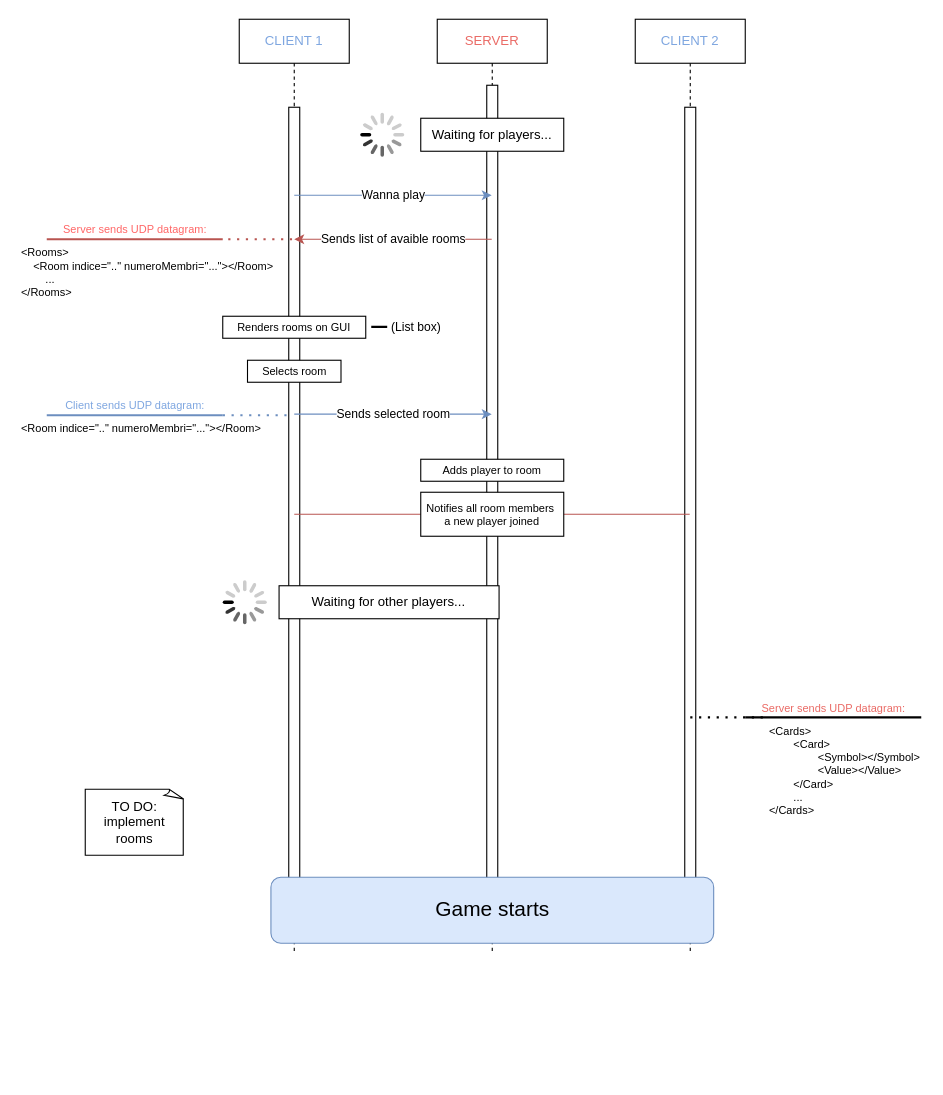
Earlier version of the draw.io diagram docs/Sequence_diagram_v2.0.drawio (YasserKhaloufi/PROGETTO_BRISCOLA). Source tidied: cells renumbered, new cells numbered last; positions are measured from the earlier drawing's top-left corner, leaving out a move shared by most shapes. Both pictures are drawn from the tidied source at 110%, with x=0, y=0 at pixel (46, 19).
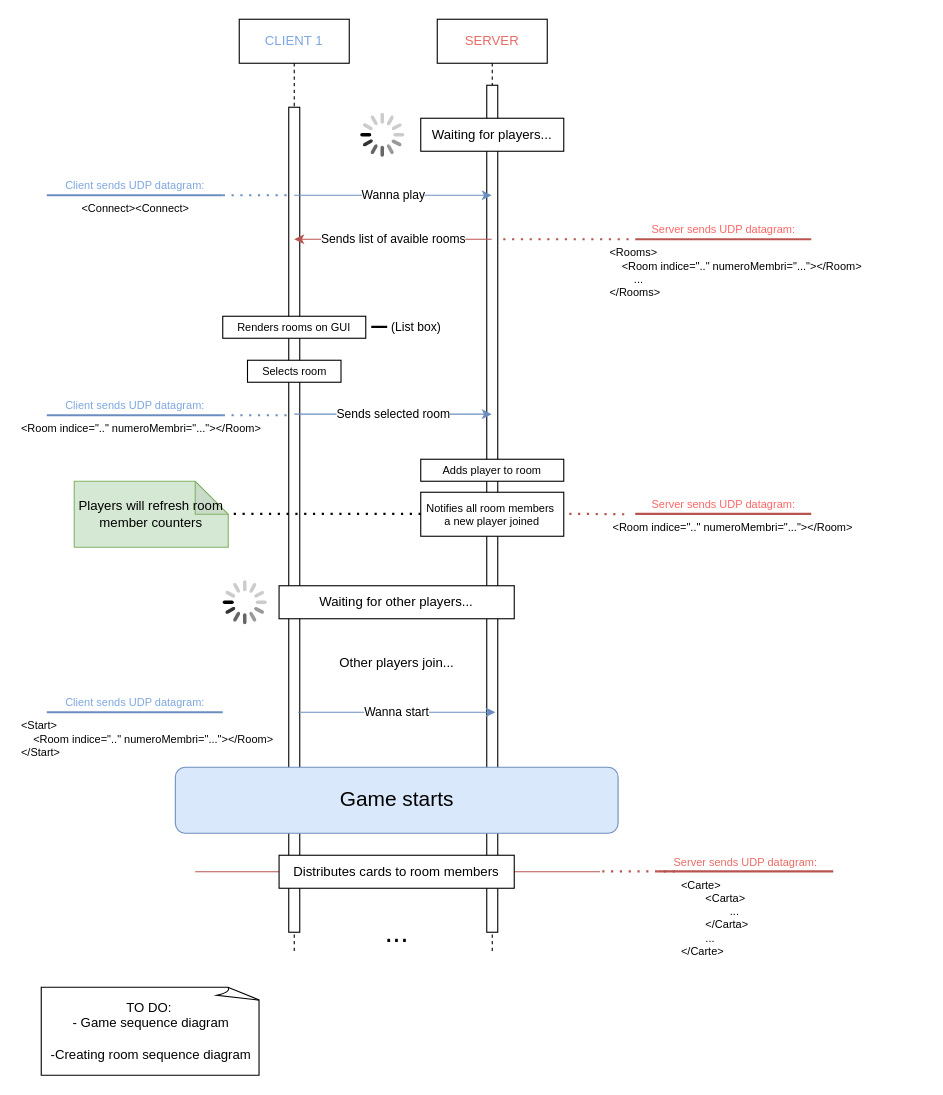
The same diagram, later.

Diff of the diagram source:
```diff
@@
-    <mxCell id="7" value="&lt;font color=&quot;#7ea6e0&quot;&gt;CLIENT 2&lt;/font&gt;" style="shape=umlLifeline;perimeter=lifelinePerimeter;whiteSpace=wrap;html=1;outlineConnect=0;portConstraint=eastwest;newEdgeStyle={&quot;edgeStyle&quot;:&quot;elbowEdgeStyle&quot;,&quot;elbow&quot;:&quot;vertical&quot;,&quot;curved&quot;:0,&quot;rounded&quot;:0};" parent="1" vertex="1">
-      <mxGeometry x="535" width="100" height="850" as="geometry" />
-    </mxCell>
-    <mxCell id="8" style="html=1;perimeter=orthogonalPerimeter;targetShapes=umlLifeline;newEdgeStyle={&quot;edgeStyle&quot;:&quot;elbowEdgeStyle&quot;,&quot;elbow&quot;:&quot;vertical&quot;,&quot;curved&quot;:0,&quot;rounded&quot;:0};" parent="7" vertex="1">
-      <mxGeometry x="45" y="80" width="10" height="750" as="geometry" />
-    </mxCell>
@@
     <mxCell id="10" value="&lt;font style=&quot;font-size: 19px;&quot;&gt;Game starts&lt;/font&gt;" style="rounded=1;whiteSpace=wrap;html=1;fillColor=#dae8fc;strokeColor=#6c8ebf;" parent="1" vertex="1">
-      <mxGeometry x="203.8" y="780" width="402.5" height="60" as="geometry" />
+      <mxGeometry x="116.9" y="680" width="402.5" height="60" as="geometry" />
     </mxCell>
     <mxCell id="11" value="&lt;font color=&quot;#ff6666&quot;&gt;Server sends UDP datagram:&lt;/font&gt;" style="verticalAlign=bottom;html=1;endArrow=none;edgeStyle=none;labelBackgroundColor=none;fontSize=10;strokeWidth=2;rounded=0;fillColor=#f8cecc;strokeColor=#b85450;" parent="1" edge="1">
       <mxGeometry relative="1" as="geometry">
-        <mxPoint y="200" as="sourcePoint" />
-        <mxPoint x="160" y="200" as="targetPoint" />
+        <mxPoint x="535" y="200" as="sourcePoint" />
+        <mxPoint x="695" y="200" as="targetPoint" />
       </mxGeometry>
     </mxCell>
@@
-    <mxCell id="13" value="TO DO: implement rooms" style="whiteSpace=wrap;html=1;shape=mxgraph.basic.document;" parent="1" vertex="1">
-      <mxGeometry x="35" y="700" width="90" height="60" as="geometry" />
+    <mxCell id="13" value="TO DO:&amp;nbsp;&lt;br&gt;- Game sequence diagram&lt;br&gt;&lt;br&gt;-Creating room sequence diagram" style="whiteSpace=wrap;html=1;shape=mxgraph.basic.document;" parent="1" vertex="1">
+      <mxGeometry x="-5" y="880" width="200" height="80" as="geometry" />
     </mxCell>
     <mxCell id="14" style="endArrow=none;dashed=1;html=1;dashPattern=1 3;strokeWidth=2;rounded=0;fillColor=#f8cecc;strokeColor=#b85450;" parent="1" edge="1">
       <mxGeometry relative="1" as="geometry">
-        <mxPoint x="165" y="200" as="sourcePoint" />
-        <mxPoint x="225" y="200" as="targetPoint" />
+        <mxPoint x="415" y="200" as="sourcePoint" />
+        <mxPoint x="535" y="200" as="targetPoint" />
       </mxGeometry>
     </mxCell>
-    <mxCell id="15" value="&lt;font color=&quot;#ea6b66&quot;&gt;Server sends UDP datagram:&lt;/font&gt;" style="verticalAlign=bottom;html=1;endArrow=none;edgeStyle=none;labelBackgroundColor=none;fontSize=10;strokeWidth=2;rounded=0;" parent="1" edge="1">
+    <mxCell id="15" value="&lt;font color=&quot;#ea6b66&quot;&gt;Server sends UDP datagram:&lt;/font&gt;" style="verticalAlign=bottom;html=1;endArrow=none;edgeStyle=none;labelBackgroundColor=none;fontSize=10;strokeWidth=2;rounded=0;fillColor=#f8cecc;strokeColor=#b85450;" parent="1" edge="1">
       <mxGeometry relative="1" as="geometry">
-        <mxPoint x="635" y="634.7" as="sourcePoint" />
-        <mxPoint x="795" y="634.7" as="targetPoint" />
+        <mxPoint x="555" y="774.7" as="sourcePoint" />
+        <mxPoint x="715" y="774.7" as="targetPoint" />
       </mxGeometry>
     </mxCell>
-    <mxCell id="16" value="&amp;lt;Cards&amp;gt;&lt;br&gt;&lt;span style=&quot;white-space: pre;&quot;&gt;&#9;&lt;/span&gt;&amp;lt;Card&amp;gt;&lt;br&gt;&lt;span style=&quot;white-space: pre;&quot;&gt;&#9;&lt;span style=&quot;white-space: pre;&quot;&gt;&#9;&lt;/span&gt;&amp;lt;&lt;/span&gt;Symbol&amp;gt;&amp;lt;/Symbol&amp;gt;&lt;br&gt;&lt;span style=&quot;white-space: pre;&quot;&gt;&#9;&lt;/span&gt;&lt;span style=&quot;white-space: pre;&quot;&gt;&#9;&lt;/span&gt;&amp;lt;Value&amp;gt;&amp;lt;/Value&amp;gt;&lt;br&gt;&lt;span style=&quot;white-space: pre;&quot;&gt;&#9;&lt;/span&gt;&amp;lt;/Card&amp;gt;&lt;br&gt;&lt;span style=&quot;white-space: pre;&quot;&gt;&#9;&lt;/span&gt;...&lt;br&gt;&amp;lt;/Cards&amp;gt;" style="html=1;align=left;verticalAlign=top;labelBackgroundColor=none;fontSize=10;" parent="15" vertex="1">
+    <mxCell id="16" value="&amp;lt;Carte&amp;gt;&lt;br&gt;&lt;span style=&quot;white-space: pre;&quot;&gt;&#9;&lt;/span&gt;&amp;lt;Carta&amp;gt;&lt;br&gt;&lt;span style=&quot;white-space: pre;&quot;&gt;&#9;&lt;span style=&quot;white-space: pre;&quot;&gt;&#9;&lt;/span&gt;.&lt;/span&gt;..&lt;br&gt;&lt;span style=&quot;white-space: pre;&quot;&gt;&#9;&lt;/span&gt;&amp;lt;/Carta&amp;gt;&lt;br&gt;&lt;span style=&quot;white-space: pre;&quot;&gt;&#9;&lt;/span&gt;...&lt;br&gt;&amp;lt;/Carte&amp;gt;" style="html=1;align=left;verticalAlign=top;labelBackgroundColor=none;fontSize=10;" parent="15" vertex="1">
       <mxGeometry x="-1" relative="1" as="geometry">
         <mxPoint x="20" as="offset" />
       </mxGeometry>
     </mxCell>
-    <mxCell id="17" style="endArrow=none;dashed=1;html=1;dashPattern=1 3;strokeWidth=2;rounded=0;" parent="1" edge="1">
+    <mxCell id="17" style="endArrow=none;dashed=1;html=1;dashPattern=1 3;strokeWidth=2;rounded=0;fillColor=#f8cecc;strokeColor=#b85450;" parent="1" edge="1">
       <mxGeometry relative="1" as="geometry">
-        <mxPoint x="585" y="634.7" as="sourcePoint" />
-        <mxPoint x="655" y="634.7" as="targetPoint" />
+        <mxPoint x="505" y="774.7" as="sourcePoint" />
+        <mxPoint x="575" y="774.7" as="targetPoint" />
       </mxGeometry>
     </mxCell>
@@
     <mxCell id="29" value="Waiting for other players..." style="html=1;whiteSpace=wrap;" parent="1" vertex="1">
-      <mxGeometry x="211.2" y="515" width="200" height="30" as="geometry" />
+      <mxGeometry x="211.2" y="515" width="213.8" height="30" as="geometry" />
     </mxCell>
@@
-    <mxCell id="31" style="endArrow=none;html=1;rounded=0;fillColor=#f8cecc;strokeColor=#b85450;" parent="1" edge="1" target="7">
-      <mxGeometry relative="1" as="geometry">
-        <mxPoint x="225" y="450" as="sourcePoint" />
-      </mxGeometry>
-    </mxCell>
@@
+    <mxCell id="33" value="&lt;font color=&quot;#ff6666&quot;&gt;Server sends UDP datagram:&lt;/font&gt;" style="verticalAlign=bottom;html=1;endArrow=none;edgeStyle=none;labelBackgroundColor=none;fontSize=10;strokeWidth=2;rounded=0;fillColor=#f8cecc;strokeColor=#b85450;" parent="1" edge="1">
+      <mxGeometry relative="1" as="geometry">
+        <mxPoint x="535" y="449.6" as="sourcePoint" />
+        <mxPoint x="695" y="449.6" as="targetPoint" />
+      </mxGeometry>
+    </mxCell>
+    <mxCell id="34" value="&lt;span style=&quot;&quot;&gt;&lt;span style=&quot;white-space: pre;&quot;&gt;&amp;nbsp;&lt;/span&gt;&lt;/span&gt;&amp;lt;Room indice=&quot;..&quot; numeroMembri=&quot;...&quot;&amp;gt;&amp;lt;/Room&amp;gt;" style="html=1;align=left;verticalAlign=top;labelBackgroundColor=none;fontSize=10;" parent="33" vertex="1">
+      <mxGeometry x="-1" relative="1" as="geometry">
+        <mxPoint x="-25" as="offset" />
+      </mxGeometry>
+    </mxCell>
+    <mxCell id="35" style="endArrow=none;dashed=1;html=1;dashPattern=1 3;strokeWidth=2;rounded=0;fillColor=#f8cecc;strokeColor=#b85450;" parent="1" edge="1">
+      <mxGeometry relative="1" as="geometry">
+        <mxPoint x="475" y="449.6" as="sourcePoint" />
+        <mxPoint x="525" y="450" as="targetPoint" />
+      </mxGeometry>
+    </mxCell>
+    <mxCell id="36" style="endArrow=none;dashed=1;html=1;dashPattern=1 3;strokeWidth=2;rounded=0;" parent="1" edge="1">
+      <mxGeometry relative="1" as="geometry">
+        <mxPoint x="170" y="449.6" as="sourcePoint" />
+        <mxPoint x="340" y="449.6" as="targetPoint" />
+      </mxGeometry>
+    </mxCell>
+    <mxCell id="37" value="Players will refresh room member counters" style="shape=note;whiteSpace=wrap;html=1;backgroundOutline=1;darkOpacity=0.05;fillColor=#d5e8d4;strokeColor=#82b366;" parent="1" vertex="1">
+      <mxGeometry x="25" y="420" width="140" height="60" as="geometry" />
+    </mxCell>
+    <mxCell id="38" value="Other players join..." style="text;html=1;align=center;verticalAlign=middle;strokeColor=none;fillColor=none;" parent="1" vertex="1">
+      <mxGeometry x="253.1" y="570" width="130" height="30" as="geometry" />
+    </mxCell>
+    <mxCell id="39" value="Wanna start" style="endArrow=classic;html=1;rounded=0;fillColor=#dae8fc;strokeColor=#6c8ebf;" parent="1" edge="1">
+      <mxGeometry relative="1" as="geometry">
+        <mxPoint x="228.4" y="630" as="sourcePoint" />
+        <mxPoint x="407.9" y="630" as="targetPoint" />
+      </mxGeometry>
+    </mxCell>
+    <mxCell id="40" value="&lt;font&gt;Client sends UDP datagram:&lt;/font&gt;" style="verticalAlign=bottom;html=1;endArrow=none;edgeStyle=none;labelBackgroundColor=none;fontSize=10;strokeWidth=2;rounded=0;fillColor=#dae8fc;strokeColor=#6c8ebf;fontColor=#7EA6E0;" parent="1" edge="1">
+      <mxGeometry relative="1" as="geometry">
+        <mxPoint y="630" as="sourcePoint" />
+        <mxPoint x="160" y="630" as="targetPoint" />
+      </mxGeometry>
+    </mxCell>
+    <mxCell id="41" value="&amp;lt;Start&amp;gt;&lt;br&gt;&lt;span style=&quot;&quot;&gt;&lt;span style=&quot;white-space: pre;&quot;&gt;&amp;nbsp;&amp;nbsp;&amp;nbsp;&amp;nbsp;&lt;/span&gt;&lt;/span&gt;&amp;lt;Room indice=&quot;..&quot; numeroMembri=&quot;...&quot;&amp;gt;&amp;lt;/Room&amp;gt;&lt;br&gt;&amp;lt;/Start&amp;gt;" style="html=1;align=left;verticalAlign=top;labelBackgroundColor=none;fontSize=10;" parent="40" vertex="1">
+      <mxGeometry x="-1" relative="1" as="geometry">
+        <mxPoint x="-25" as="offset" />
+      </mxGeometry>
+    </mxCell>
+    <mxCell id="42" value="&lt;font&gt;Client sends UDP datagram:&lt;/font&gt;" style="verticalAlign=bottom;html=1;endArrow=none;edgeStyle=none;labelBackgroundColor=none;fontSize=10;strokeWidth=2;rounded=0;fillColor=#dae8fc;strokeColor=#6c8ebf;fontColor=#7EA6E0;" parent="1" edge="1">
+      <mxGeometry relative="1" as="geometry">
+        <mxPoint y="160" as="sourcePoint" />
+        <mxPoint x="160" y="160" as="targetPoint" />
+      </mxGeometry>
+    </mxCell>
+    <mxCell id="43" value="&amp;lt;Connect&amp;gt;&amp;lt;Connect&amp;gt;" style="html=1;align=left;verticalAlign=top;labelBackgroundColor=none;fontSize=10;" parent="42" vertex="1">
+      <mxGeometry x="-1" relative="1" as="geometry">
+        <mxPoint x="30" as="offset" />
+      </mxGeometry>
+    </mxCell>
+    <mxCell id="44" style="endArrow=none;dashed=1;html=1;dashPattern=1 3;strokeWidth=2;rounded=0;fillColor=#dae8fc;strokeColor=#6c8ebf;" parent="1" edge="1">
+      <mxGeometry relative="1" as="geometry">
+        <mxPoint x="160" y="160" as="sourcePoint" />
+        <mxPoint x="220" y="160" as="targetPoint" />
+      </mxGeometry>
+    </mxCell>
+    <mxCell id="45" style="endArrow=none;html=1;rounded=0;fillColor=#f8cecc;strokeColor=#b85450;" parent="1" edge="1" source="47">
+      <mxGeometry relative="1" as="geometry">
+        <mxPoint x="503" y="775" as="targetPoint" />
+      </mxGeometry>
+    </mxCell>
+    <mxCell id="46" style="endArrow=none;html=1;rounded=0;fillColor=#f8cecc;strokeColor=#b85450;" parent="1" edge="1" target="47">
+      <mxGeometry relative="1" as="geometry">
+        <mxPoint x="135" y="775" as="sourcePoint" />
+      </mxGeometry>
+    </mxCell>
+    <mxCell id="47" value="Distributes cards to room members" style="html=1;whiteSpace=wrap;" parent="1" vertex="1">
+      <mxGeometry x="211.2" y="760" width="213.8" height="30" as="geometry" />
+    </mxCell>
+    <mxCell id="48" value="..." style="text;html=1;align=center;verticalAlign=middle;strokeColor=none;fillColor=none;fontSize=26;" parent="1" vertex="1">
+      <mxGeometry x="293.1" y="810" width="50" height="40" as="geometry" />
+    </mxCell>
```
